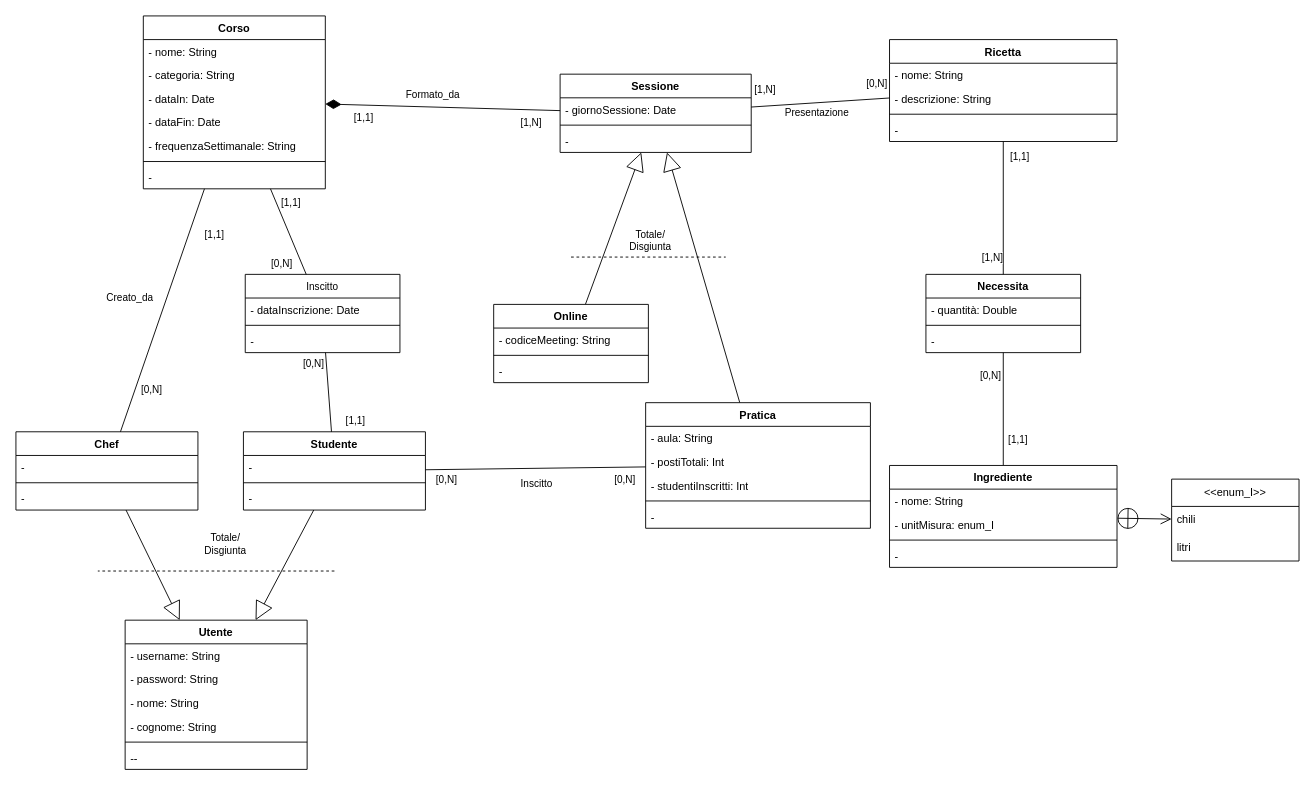
Earlier version of the draw.io diagram page "umlNonRistrutturato" (1 of 4) of bdd/uml/UML1.drawio (MetisWastaken/UninaFoodLab). Source tidied: cells renumbered, new cells numbered last; positions are measured from the earlier drawing's top-left corner, leaving out a move shared by most shapes. Both pictures are drawn from the tidied source at 91%, with x=0, y=0 at pixel (15, 15).
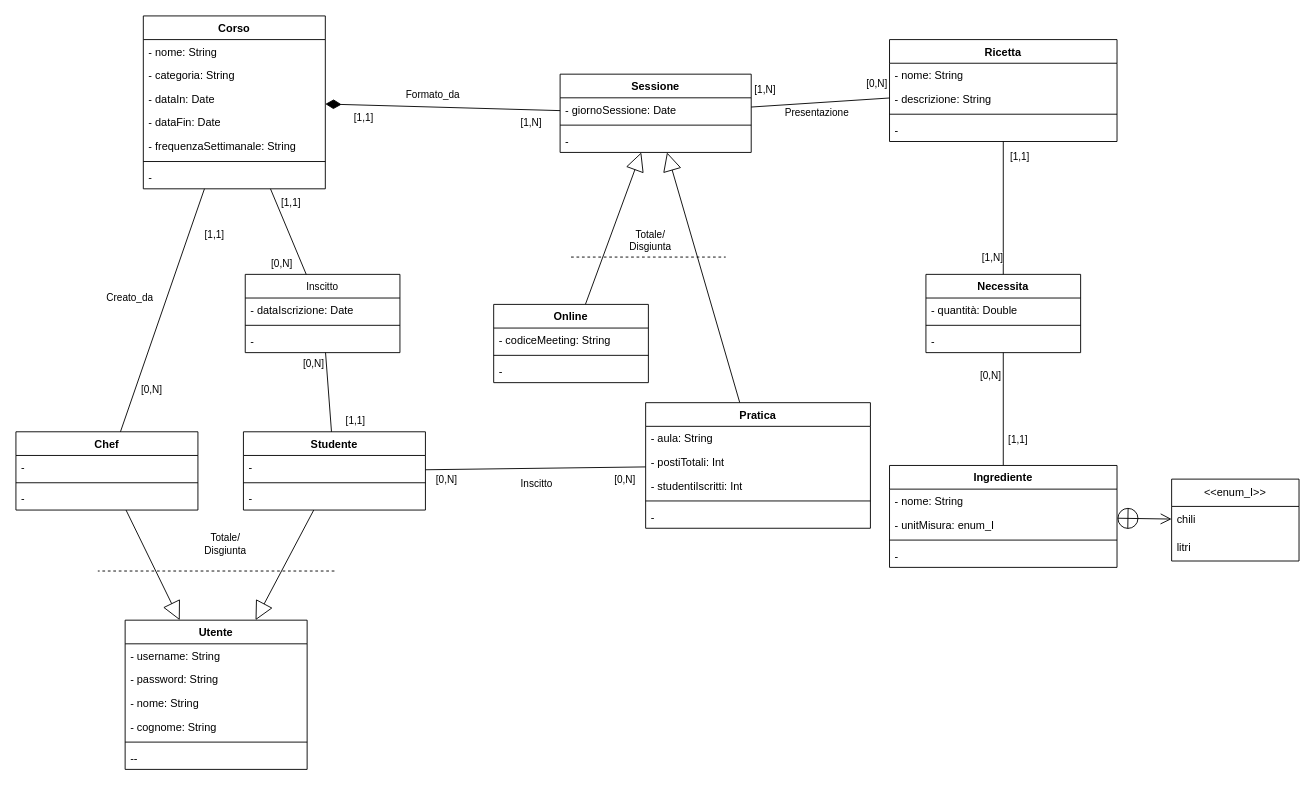
After the change.

The change refers to these unchanged cells:
```xml
<mxCell id="37" value="Pratica" style="swimlane;align=center;verticalAlign=top;horizontal=1;startSize=26;whiteSpace=wrap;html=1;" parent="1" vertex="1">
  <mxGeometry x="692" y="425" width="247" height="138" as="geometry" />
</mxCell>
<mxCell id="90" value="&lt;span style=&quot;font-size: 11px; font-weight: 400; text-wrap-mode: nowrap; background-color: rgb(255, 255, 255);&quot;&gt;Inscitto&lt;/span&gt;" style="swimlane;align=center;verticalAlign=top;horizontal=1;startSize=26;whiteSpace=wrap;html=1;" parent="1" vertex="1">
  <mxGeometry x="252" y="284" width="170" height="86" as="geometry" />
</mxCell>
```

Diff of the diagram source:
```diff
@@
-    <mxCell id="40" value="- studentiInscritti: Int" style="text;strokeColor=none;fillColor=none;align=left;verticalAlign=top;spacingLeft=4;spacingRight=4;overflow=hidden;whiteSpace=wrap;html=1;" parent="37" vertex="1">
+    <mxCell id="40" value="- studentiIscritti: Int" style="text;strokeColor=none;fillColor=none;align=left;verticalAlign=top;spacingLeft=4;spacingRight=4;overflow=hidden;whiteSpace=wrap;html=1;" parent="37" vertex="1">
       <mxGeometry y="78" width="247" height="26" as="geometry" />
     </mxCell>
@@
-    <mxCell id="91" value="- dataInscrizione: Date" style="text;strokeColor=none;fillColor=none;align=left;verticalAlign=top;spacingLeft=4;spacingRight=4;overflow=hidden;whiteSpace=wrap;html=1;" parent="90" vertex="1">
+    <mxCell id="91" value="- dataIscrizione: Date" style="text;strokeColor=none;fillColor=none;align=left;verticalAlign=top;spacingLeft=4;spacingRight=4;overflow=hidden;whiteSpace=wrap;html=1;" parent="90" vertex="1">
       <mxGeometry y="26" width="170" height="26" as="geometry" />
     </mxCell>
```
